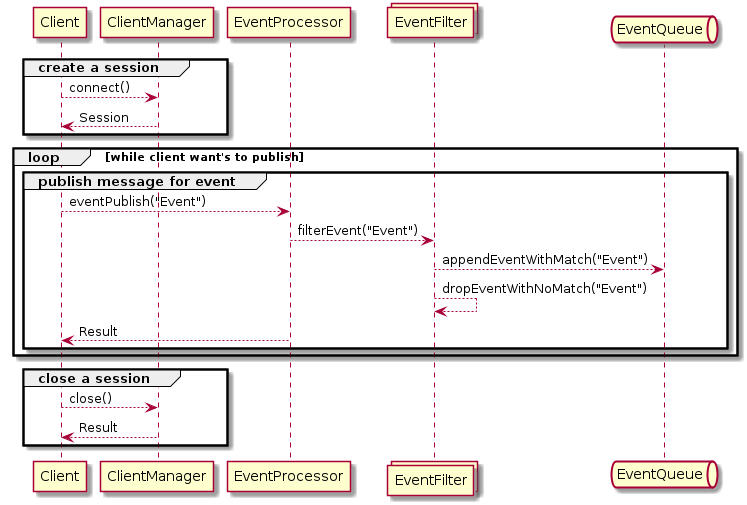
Before: doc/images/publishing_sequence_diagram.png, a diagram exported from PlantUML (Elektrobit/elos). Its diagram source:
```plantuml
@startuml

participant Client
participant ClientManager
participant EventProcessor
collections EventFilter
queue EventQueue

group create a session
  Client --> ClientManager : connect()
  Client <-- ClientManager : Session
end

loop while client want's to publish
  group publish message for event
    Client --> EventProcessor : eventPublish("Event")
    EventProcessor --> EventFilter : filterEvent("Event")
    EventFilter --> EventQueue : appendEventWithMatch("Event")
    EventFilter --> EventFilter : dropEventWithNoMatch("Event")
    Client <-- EventProcessor : Result
  end
end

group close a session
  Client --> ClientManager : close()
  Client <-- ClientManager : Result
end
@enduml
```
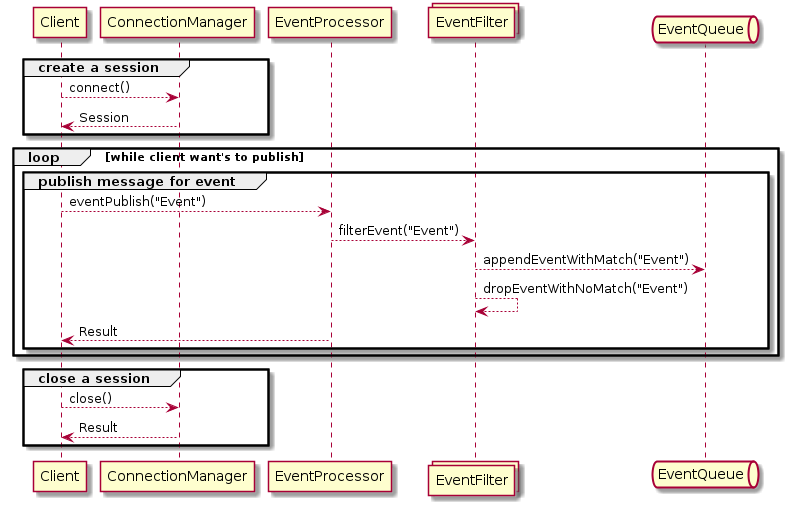
After the change.

The edit, as a diff of the source:
```diff
@@ -1,14 +1,14 @@
 @startuml
 
 participant Client
-participant ClientManager
+participant ConnectionManager
 participant EventProcessor
 collections EventFilter
 queue EventQueue
 
 group create a session
-  Client --> ClientManager : connect()
-  Client <-- ClientManager : Session
+  Client --> ConnectionManager : connect()
+  Client <-- ConnectionManager : Session
 end
 
 loop while client want's to publish
@@ -22,7 +22,7 @@
 end
 
 group close a session
-  Client --> ClientManager : close()
-  Client <-- ClientManager : Result
+  Client --> ConnectionManager : close()
+  Client <-- ConnectionManager : Result
 end
 @enduml
```
